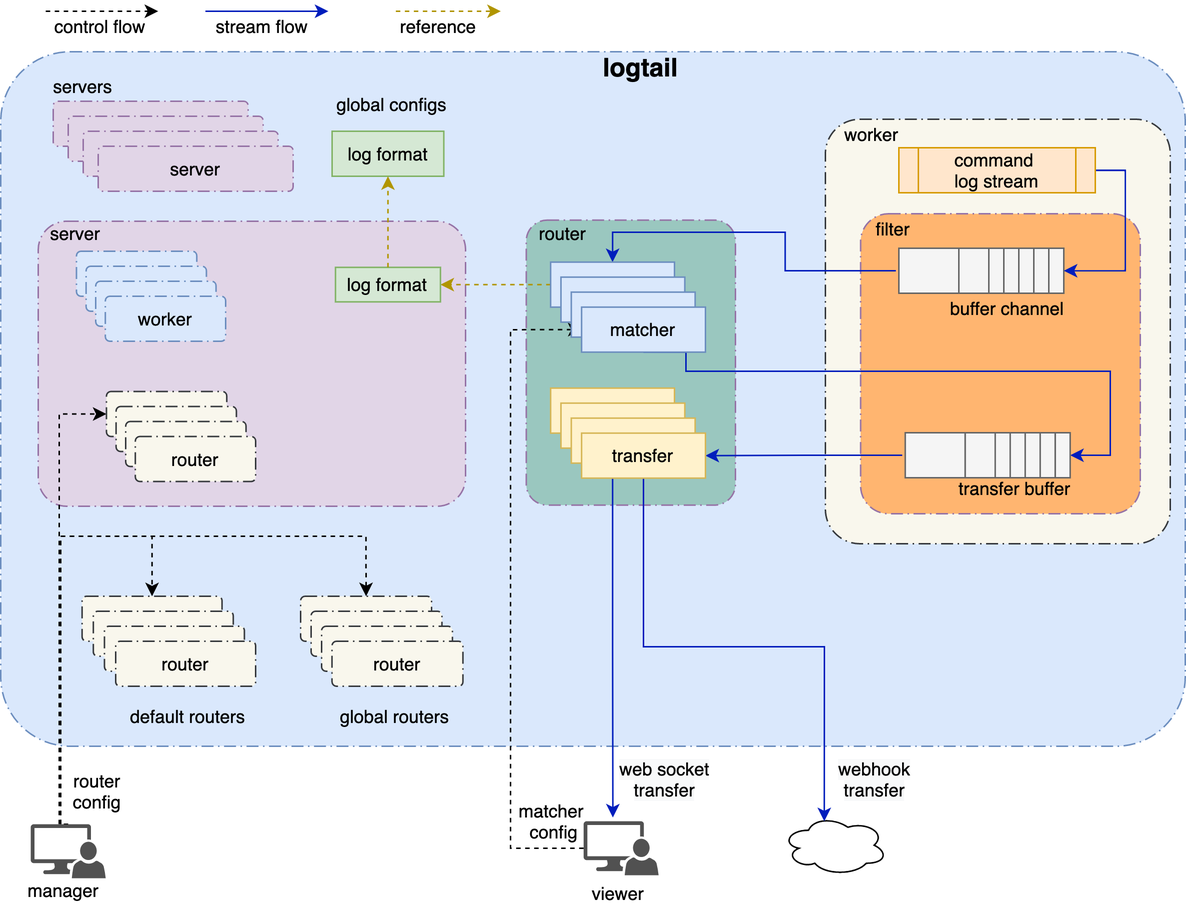
Earlier version of the draw.io export logtail/logtail-architecture.png (vogo/vogo.github.io). Source tidied: cells renumbered, new cells last; positions are measured from the earlier drawing's top-left corner, leaving out a move shared by most shapes.
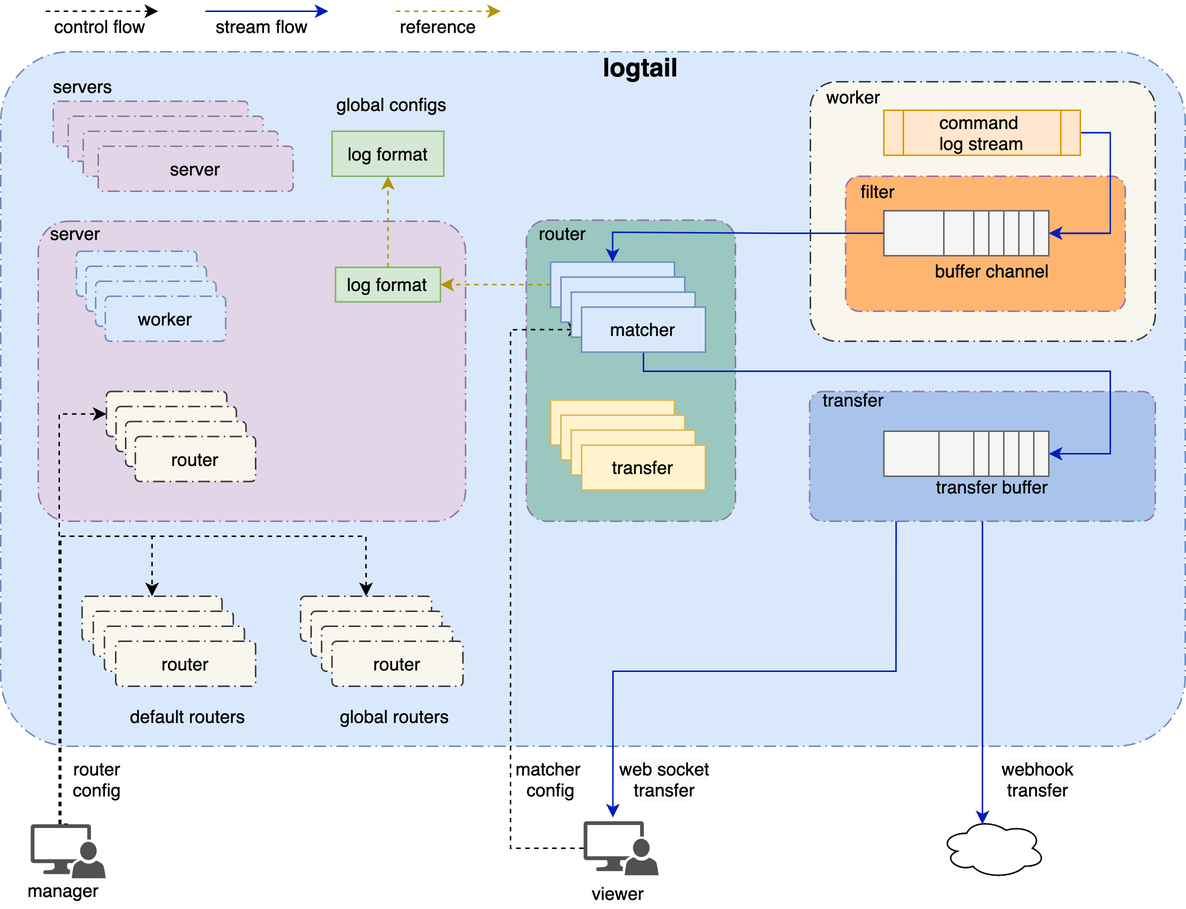
The same file after the commit.

Commit message:
logtail arch

Diff of the diagram source:
```diff
@@ -5,17 +5,20 @@
     <mxCell id="2" style="rounded=1;arcSize=10;dashed=1;strokeColor=#6c8ebf;fillColor=#dae8fc;dashPattern=8 3 1 3;strokeWidth=1;" parent="1" vertex="1">
       <mxGeometry y="27" width="790" height="463" as="geometry" />
     </mxCell>
+    <mxCell id="94" style="rounded=1;arcSize=10;dashed=1;strokeColor=#9673a6;dashPattern=8 3 1 3;strokeWidth=1;fillColor=#A9C4EB;" parent="1" vertex="1">
+      <mxGeometry x="539.5" y="253.5" width="230.5" height="86.5" as="geometry" />
+    </mxCell>
     <mxCell id="3" style="rounded=1;arcSize=10;dashed=1;strokeColor=#36393d;fillColor=#f9f7ed;dashPattern=8 3 1 3;strokeWidth=1;" parent="1" vertex="1">
-      <mxGeometry x="550" y="72" width="230" height="283" as="geometry" />
+      <mxGeometry x="540" y="47" width="230" height="173" as="geometry" />
     </mxCell>
     <mxCell id="4" style="rounded=1;arcSize=10;dashed=1;strokeColor=#9673a6;dashPattern=8 3 1 3;strokeWidth=1;fillColor=#FFB570;" parent="1" vertex="1">
-      <mxGeometry x="573.5" y="135" width="186.5" height="200" as="geometry" />
+      <mxGeometry x="563.5" y="110" width="186.5" height="90" as="geometry" />
     </mxCell>
     <mxCell id="5" style="rounded=1;arcSize=10;dashed=1;strokeColor=#9673a6;dashPattern=8 3 1 3;strokeWidth=1;fillColor=#9AC7BF;" parent="1" vertex="1">
-      <mxGeometry x="350.5" y="139.2" width="139.5" height="190" as="geometry" />
+      <mxGeometry x="350.5" y="139.2" width="139.5" height="200.8" as="geometry" />
     </mxCell>
     <mxCell id="6" style="rounded=1;arcSize=10;dashed=1;strokeColor=#9673a6;fillColor=#e1d5e7;dashPattern=8 3 1 3;strokeWidth=1;" parent="1" vertex="1">
-      <mxGeometry x="25" y="140" width="285" height="190" as="geometry" />
+      <mxGeometry x="25" y="140" width="285" height="200" as="geometry" />
     </mxCell>
     <mxCell id="7" value="server" style="rounded=1;arcSize=10;dashed=1;strokeColor=#9673a6;fillColor=#e1d5e7;dashPattern=8 3 1 3;strokeWidth=1;" parent="1" vertex="1">
       <mxGeometry x="35" y="60" width="130" height="30" as="geometry" />
@@ -24,13 +27,13 @@
       <mxGeometry x="388.8" y="540" width="50" height="36" as="geometry" />
     </mxCell>
     <mxCell id="9" value="matcher&lt;br&gt;&amp;nbsp;config" style="text;html=1;strokeColor=none;fillColor=none;align=center;verticalAlign=middle;whiteSpace=wrap;rounded=0;" parent="1" vertex="1">
-      <mxGeometry x="338.2" y="530" width="58.5" height="20" as="geometry" />
+      <mxGeometry x="336.2" y="502" width="58.5" height="20" as="geometry" />
     </mxCell>
     <mxCell id="10" value="logtail" style="text;html=1;strokeColor=none;fillColor=none;align=center;verticalAlign=middle;whiteSpace=wrap;rounded=0;fontStyle=1;fontSize=17;" parent="1" vertex="1">
       <mxGeometry x="406.8" y="27" width="40" height="20" as="geometry" />
     </mxCell>
     <mxCell id="11" style="ellipse;shape=cloud;whiteSpace=wrap;html=1;strokeWidth=1;" parent="1" vertex="1">
-      <mxGeometry x="521.2" y="536" width="70" height="40" as="geometry" />
+      <mxGeometry x="626.8" y="538" width="70" height="40" as="geometry" />
     </mxCell>
     <mxCell id="12" value="default routers" style="text;html=1;strokeColor=none;fillColor=none;align=center;verticalAlign=middle;whiteSpace=wrap;rounded=0;" parent="1" vertex="1">
       <mxGeometry x="80" y="460" width="90" height="20" as="geometry" />
@@ -68,45 +71,42 @@
       <mxGeometry x="21.5" y="576" width="40" height="20" as="geometry" />
     </mxCell>
     <mxCell id="19" value="buffer channel" style="text;html=1;strokeColor=none;fillColor=none;align=center;verticalAlign=middle;whiteSpace=wrap;rounded=0;" parent="1" vertex="1">
-      <mxGeometry x="625" y="188" width="92.5" height="20" as="geometry" />
+      <mxGeometry x="615" y="163" width="92.5" height="20" as="geometry" />
     </mxCell>
-    <mxCell id="20" style="edgeStyle=orthogonalEdgeStyle;rounded=0;jettySize=auto;html=1;entryX=0.5;entryY=0;entryDx=0;entryDy=0;exitX=0;exitY=0.5;exitDx=0;exitDy=0;fillColor=#0050ef;strokeColor=#001DBC;" parent="1" edge="1" target="85">
-      <mxGeometry relative="1" as="geometry">
-        <mxPoint x="597" y="173" as="sourcePoint" />
-      </mxGeometry>
+    <mxCell id="20" style="edgeStyle=orthogonalEdgeStyle;rounded=0;jettySize=auto;html=1;entryX=0.5;entryY=0;entryDx=0;entryDy=0;exitX=0;exitY=0.5;exitDx=0;exitDy=0;fillColor=#0050ef;strokeColor=#001DBC;" parent="1" edge="1" source="21" target="85">
+      <mxGeometry relative="1" as="geometry" />
     </mxCell>
     <mxCell id="21" style="rounded=0;whiteSpace=wrap;html=1;strokeWidth=1;fillColor=#f5f5f5;strokeColor=#666666;fontColor=#333333;" parent="1" vertex="1">
-      <mxGeometry x="599" y="158" width="40" height="30" as="geometry" />
+      <mxGeometry x="589" y="133" width="40" height="30" as="geometry" />
     </mxCell>
     <mxCell id="22" style="rounded=0;whiteSpace=wrap;html=1;strokeWidth=1;fillColor=#f5f5f5;strokeColor=#666666;fontColor=#333333;" parent="1" vertex="1">
-      <mxGeometry x="639" y="158" width="40" height="30" as="geometry" />
+      <mxGeometry x="629" y="133" width="40" height="30" as="geometry" />
     </mxCell>
     <mxCell id="23" style="rounded=0;whiteSpace=wrap;html=1;strokeWidth=1;fillColor=#f5f5f5;strokeColor=#666666;fontColor=#333333;" parent="1" vertex="1">
-      <mxGeometry x="659" y="158" width="40" height="30" as="geometry" />
+      <mxGeometry x="649" y="133" width="40" height="30" as="geometry" />
     </mxCell>
     <mxCell id="24" style="rounded=0;whiteSpace=wrap;html=1;strokeWidth=1;fillColor=#f5f5f5;strokeColor=#666666;fontColor=#333333;" parent="1" vertex="1">
-      <mxGeometry x="669" y="158" width="40" height="30" as="geometry" />
+      <mxGeometry x="659" y="133" width="40" height="30" as="geometry" />
     </mxCell>
     <mxCell id="25" style="rounded=0;whiteSpace=wrap;html=1;strokeWidth=1;fillColor=#f5f5f5;strokeColor=#666666;fontColor=#333333;" parent="1" vertex="1">
-      <mxGeometry x="679" y="158" width="20" height="30" as="geometry" />
+      <mxGeometry x="669" y="133" width="20" height="30" as="geometry" />
     </mxCell>
     <mxCell id="26" style="rounded=0;whiteSpace=wrap;html=1;strokeWidth=1;fillColor=#f5f5f5;strokeColor=#666666;fontColor=#333333;" parent="1" vertex="1">
-      <mxGeometry x="689" y="158" width="10" height="30" as="geometry" />
+      <mxGeometry x="679" y="133" width="10" height="30" as="geometry" />
     </mxCell>
     <mxCell id="27" style="edgeStyle=orthogonalEdgeStyle;rounded=0;jettySize=auto;html=1;entryX=1;entryY=0.5;entryDx=0;entryDy=0;exitX=0.5;exitY=1;exitDx=0;exitDy=0;fillColor=#0050ef;strokeColor=#001DBC;" parent="1" edge="1" source="88" target="58">
       <mxGeometry relative="1" as="geometry">
         <Array as="points">
-          <mxPoint x="457" y="227" />
-          <mxPoint x="457" y="240" />
+          <mxPoint x="429" y="240" />
           <mxPoint x="740" y="240" />
-          <mxPoint x="740" y="296" />
+          <mxPoint x="740" y="295" />
         </Array>
       </mxGeometry>
     </mxCell>
     <mxCell id="28" value="worker" style="text;html=1;strokeColor=none;fillColor=none;align=center;verticalAlign=middle;whiteSpace=wrap;rounded=0;" parent="1" vertex="1">
-      <mxGeometry x="561.2" y="72" width="40" height="20" as="geometry" />
+      <mxGeometry x="549" y="47" width="40" height="20" as="geometry" />
     </mxCell>
-    <mxCell id="29" style="edgeStyle=orthogonalEdgeStyle;rounded=0;jettySize=auto;html=1;exitX=0.5;exitY=1;exitDx=0;exitDy=0;entryX=0.4;entryY=0.1;entryDx=0;entryDy=0;entryPerimeter=0;fillColor=#0050ef;strokeColor=#001DBC;" parent="1" edge="1" source="93" target="11">
+    <mxCell id="29" style="edgeStyle=orthogonalEdgeStyle;rounded=0;jettySize=auto;html=1;exitX=0.5;exitY=1;exitDx=0;exitDy=0;entryX=0.4;entryY=0.1;entryDx=0;entryDy=0;entryPerimeter=0;fillColor=#0050ef;strokeColor=#001DBC;" parent="1" edge="1" source="94" target="11">
       <mxGeometry relative="1" as="geometry" />
     </mxCell>
     <mxCell id="30" style="edgeStyle=orthogonalEdgeStyle;rounded=0;jettySize=auto;html=1;entryX=1;entryY=0.5;entryDx=0;entryDy=0;dashed=1;labelBackgroundColor=#ffffff;fillColor=#ffffff;fontColor=#000000;strokeColor=#B09500;" parent="1" edge="1" source="85" target="47">
@@ -116,7 +116,7 @@
       <mxGeometry relative="1" as="geometry" />
     </mxCell>
     <mxCell id="32" value="command &lt;br&gt;log stream" style="shape=process;whiteSpace=wrap;html=1;backgroundOutline=1;fillColor=#ffe6cc;strokeColor=#d79b00;" parent="1" vertex="1">
-      <mxGeometry x="599" y="91" width="131" height="30" as="geometry" />
+      <mxGeometry x="589" y="66" width="131" height="30" as="geometry" />
     </mxCell>
     <mxCell id="33" value="server" style="text;html=1;strokeColor=none;fillColor=none;align=center;verticalAlign=middle;whiteSpace=wrap;rounded=0;" parent="1" vertex="1">
       <mxGeometry x="30" y="138" width="40" height="20" as="geometry" />
@@ -130,20 +130,20 @@
     <mxCell id="36" value="server" style="rounded=1;arcSize=10;dashed=1;strokeColor=#9673a6;fillColor=#e1d5e7;dashPattern=8 3 1 3;strokeWidth=1;" parent="1" vertex="1">
       <mxGeometry x="65" y="90" width="130" height="30" as="geometry" />
     </mxCell>
-    <mxCell id="37" style="edgeStyle=orthogonalEdgeStyle;rounded=0;jettySize=auto;html=1;entryX=0.39;entryY=-0.069;entryDx=0;entryDy=0;entryPerimeter=0;fillColor=#0050ef;strokeColor=#001DBC;exitX=0.25;exitY=1;exitDx=0;exitDy=0;" parent="1" edge="1" source="93" target="8">
+    <mxCell id="37" style="edgeStyle=orthogonalEdgeStyle;rounded=0;jettySize=auto;html=1;entryX=0.39;entryY=-0.069;entryDx=0;entryDy=0;entryPerimeter=0;fillColor=#0050ef;strokeColor=#001DBC;exitX=0.25;exitY=1;exitDx=0;exitDy=0;" parent="1" edge="1" source="94" target="8">
       <mxGeometry relative="1" as="geometry" />
     </mxCell>
     <mxCell id="38" value="global routers" style="text;html=1;strokeColor=none;fillColor=none;align=center;verticalAlign=middle;whiteSpace=wrap;rounded=0;" parent="1" vertex="1">
       <mxGeometry x="218.2" y="460" width="90" height="20" as="geometry" />
     </mxCell>
-    <mxCell id="39" value="&lt;meta charset=&quot;utf-8&quot;&gt;&lt;span style=&quot;color: rgb(0, 0, 0); font-family: helvetica; font-size: 12px; font-style: normal; font-weight: 400; letter-spacing: normal; text-align: center; text-indent: 0px; text-transform: none; word-spacing: 0px; background-color: rgb(248, 249, 250); display: inline; float: none;&quot;&gt;web socket transfer&lt;/span&gt;" style="text;html=1;fillColor=none;align=center;verticalAlign=middle;whiteSpace=wrap;rounded=0;" parent="1" vertex="1">
+    <mxCell id="39" value="&lt;meta charset=&quot;utf-8&quot;&gt;&lt;span style=&quot;color: rgb(0, 0, 0); font-family: helvetica; font-size: 12px; font-style: normal; font-weight: 400; letter-spacing: normal; text-align: center; text-indent: 0px; text-transform: none; word-spacing: 0px; background-color: rgb(248, 249, 250); display: inline; float: none;&quot;&gt;web socket transfer&lt;/span&gt;" style="text;html=1;align=center;verticalAlign=middle;whiteSpace=wrap;rounded=0;" parent="1" vertex="1">
       <mxGeometry x="410" y="502" width="66" height="20" as="geometry" />
     </mxCell>
-    <mxCell id="40" value="&lt;span style=&quot;color: rgb(0 , 0 , 0) ; font-family: &amp;#34;helvetica&amp;#34; ; font-size: 12px ; font-style: normal ; font-weight: 400 ; letter-spacing: normal ; text-align: center ; text-indent: 0px ; text-transform: none ; word-spacing: 0px ; background-color: rgb(248 , 249 , 250) ; display: inline ; float: none&quot;&gt;webhook transfer&lt;/span&gt;" style="text;html=1;fillColor=none;align=center;verticalAlign=middle;whiteSpace=wrap;rounded=0;" parent="1" vertex="1">
-      <mxGeometry x="550" y="502" width="66" height="20" as="geometry" />
+    <mxCell id="40" value="&lt;span style=&quot;color: rgb(0 , 0 , 0) ; font-family: &amp;#34;helvetica&amp;#34; ; font-size: 12px ; font-style: normal ; font-weight: 400 ; letter-spacing: normal ; text-align: center ; text-indent: 0px ; text-transform: none ; word-spacing: 0px ; background-color: rgb(248 , 249 , 250) ; display: inline ; float: none&quot;&gt;webhook transfer&lt;/span&gt;" style="text;html=1;align=center;verticalAlign=middle;whiteSpace=wrap;rounded=0;" parent="1" vertex="1">
+      <mxGeometry x="659" y="502" width="66" height="20" as="geometry" />
     </mxCell>
-    <mxCell id="41" value="router&lt;br&gt;config" style="text;html=1;strokeColor=none;fillColor=none;align=center;verticalAlign=middle;whiteSpace=wrap;rounded=0;" parent="1" vertex="1">
-      <mxGeometry x="35" y="510" width="58.5" height="20" as="geometry" />
+    <mxCell id="41" value="router&lt;br&gt;config" style="text;html=1;strokeColor=none;align=center;verticalAlign=middle;whiteSpace=wrap;rounded=0;" parent="1" vertex="1">
+      <mxGeometry x="35" y="502" width="58.5" height="20" as="geometry" />
     </mxCell>
     <mxCell id="42" style="edgeStyle=orthogonalEdgeStyle;rounded=0;orthogonalLoop=1;jettySize=auto;html=1;dashed=1;" parent="1" edge="1">
       <mxGeometry relative="1" as="geometry">
@@ -202,37 +202,32 @@
     <mxCell id="53" style="edgeStyle=orthogonalEdgeStyle;rounded=0;jettySize=auto;html=1;strokeWidth=1;exitX=0.5;exitY=0;exitDx=0;exitDy=0;fillColor=#e3c800;strokeColor=#B09500;dashed=1;entryX=0.5;entryY=1;entryDx=0;entryDy=0;" parent="1" edge="1" source="47" target="46">
       <mxGeometry relative="1" as="geometry" />
     </mxCell>
-    <mxCell id="54" style="edgeStyle=orthogonalEdgeStyle;rounded=0;jettySize=auto;html=1;exitX=0;exitY=0.5;exitDx=0;exitDy=0;strokeColor=#001DBC;entryX=1;entryY=0.5;entryDx=0;entryDy=0;" parent="1" edge="1" target="93">
-      <mxGeometry relative="1" as="geometry">
-        <mxPoint x="601.2" y="296" as="sourcePoint" />
-      </mxGeometry>
-    </mxCell>
     <mxCell id="55" style="rounded=0;whiteSpace=wrap;html=1;strokeWidth=1;fillColor=#f5f5f5;strokeColor=#666666;fontColor=#333333;" parent="1" vertex="1">
-      <mxGeometry x="603.2" y="281" width="40" height="30" as="geometry" />
+      <mxGeometry x="589" y="280" width="40" height="30" as="geometry" />
     </mxCell>
     <mxCell id="56" style="rounded=0;whiteSpace=wrap;html=1;strokeWidth=1;fillColor=#f5f5f5;strokeColor=#666666;fontColor=#333333;" parent="1" vertex="1">
-      <mxGeometry x="643.2" y="281" width="40" height="30" as="geometry" />
+      <mxGeometry x="625.8" y="280" width="43.2" height="30" as="geometry" />
     </mxCell>
     <mxCell id="57" style="rounded=0;whiteSpace=wrap;html=1;strokeWidth=1;fillColor=#f5f5f5;strokeColor=#666666;fontColor=#333333;" parent="1" vertex="1">
-      <mxGeometry x="663.2" y="281" width="40" height="30" as="geometry" />
+      <mxGeometry x="649" y="280" width="40" height="30" as="geometry" />
     </mxCell>
     <mxCell id="58" style="rounded=0;whiteSpace=wrap;html=1;strokeWidth=1;fillColor=#f5f5f5;strokeColor=#666666;fontColor=#333333;" parent="1" vertex="1">
-      <mxGeometry x="673.2" y="281" width="40" height="30" as="geometry" />
+      <mxGeometry x="659" y="280" width="40" height="30" as="geometry" />
     </mxCell>
     <mxCell id="59" style="rounded=0;whiteSpace=wrap;html=1;strokeWidth=1;fillColor=#f5f5f5;strokeColor=#666666;fontColor=#333333;" parent="1" vertex="1">
-      <mxGeometry x="683.2" y="281" width="20" height="30" as="geometry" />
+      <mxGeometry x="669" y="280" width="20" height="30" as="geometry" />
     </mxCell>
     <mxCell id="60" style="rounded=0;whiteSpace=wrap;html=1;strokeWidth=1;fillColor=#f5f5f5;strokeColor=#666666;fontColor=#333333;" parent="1" vertex="1">
-      <mxGeometry x="693.2" y="281" width="10" height="30" as="geometry" />
+      <mxGeometry x="679" y="280" width="10" height="30" as="geometry" />
     </mxCell>
     <mxCell id="61" value="transfer buffer" style="text;html=1;strokeColor=none;fillColor=none;align=center;verticalAlign=middle;whiteSpace=wrap;rounded=0;" parent="1" vertex="1">
-      <mxGeometry x="629.5" y="308" width="92.5" height="20" as="geometry" />
+      <mxGeometry x="615.2" y="307" width="92.5" height="20" as="geometry" />
     </mxCell>
     <mxCell id="62" value="router" style="text;html=1;strokeColor=none;fillColor=none;align=center;verticalAlign=middle;whiteSpace=wrap;rounded=0;" parent="1" vertex="1">
       <mxGeometry x="354.8" y="138" width="40" height="20" as="geometry" />
     </mxCell>
     <mxCell id="63" value="filter" style="text;html=1;strokeColor=none;fillColor=none;align=left;verticalAlign=middle;whiteSpace=wrap;rounded=0;" parent="1" vertex="1">
-      <mxGeometry x="582" y="135" width="33" height="20" as="geometry" />
+      <mxGeometry x="572" y="110" width="33" height="20" as="geometry" />
     </mxCell>
     <mxCell id="64" style="group;" parent="1" vertex="1">
       <mxGeometry x="50.5" y="160" width="99.5" height="60" as="geometry" />
@@ -310,7 +305,7 @@
       <mxGeometry x="20.7" y="30" width="82.6" height="30" as="geometry" />
     </mxCell>
     <mxCell id="89" style="group;" parent="1" vertex="1">
-      <mxGeometry x="366.8" y="251.2" width="103.2" height="60" as="geometry" />
+      <mxGeometry x="366.8" y="259.2" width="103.2" height="60" as="geometry" />
     </mxCell>
     <mxCell id="90" value="transfer" style="rounded=0;whiteSpace=wrap;html=1;strokeWidth=1;fillColor=#fff2cc;strokeColor=#d6b656;" parent="89" vertex="1">
       <mxGeometry width="82.6" height="30" as="geometry" />
@@ -324,5 +319,8 @@
     <mxCell id="93" value="transfer" style="rounded=0;whiteSpace=wrap;html=1;strokeWidth=1;fillColor=#fff2cc;strokeColor=#d6b656;" parent="89" vertex="1">
       <mxGeometry x="20.6" y="30" width="82.6" height="30" as="geometry" />
     </mxCell>
+    <mxCell id="95" value="transfer" style="text;html=1;strokeColor=none;fillColor=none;align=center;verticalAlign=middle;whiteSpace=wrap;rounded=0;" parent="1" vertex="1">
+      <mxGeometry x="549" y="248.5" width="40" height="20" as="geometry" />
+    </mxCell>
   </root>
 </mxGraphModel>
```
